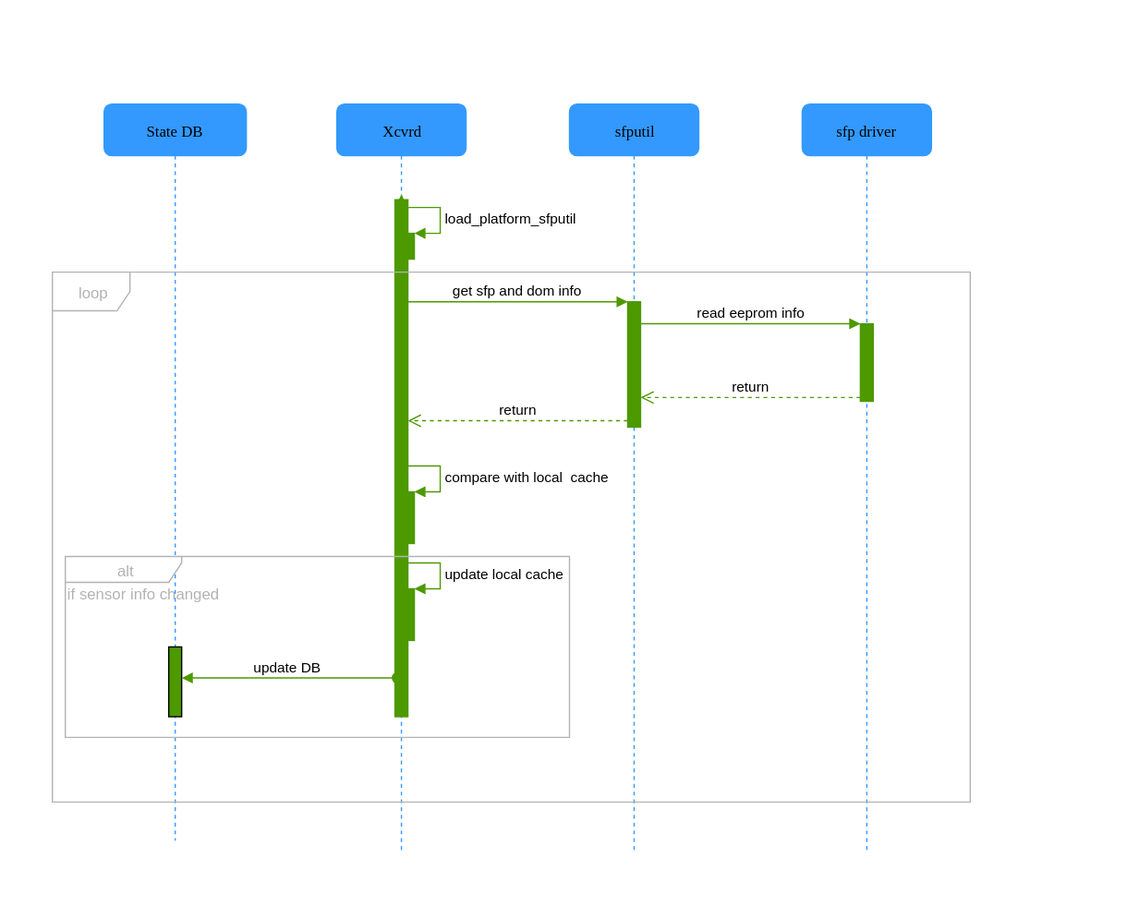
Above: images/transceiver_monitoring_hld/xcvrd_flow.svg in sonic-net/SONiC (draw.io), before the change. Source tidied: cells renumbered, new cells last; positions are measured from the earlier drawing's top-left corner, leaving out a move shared by most shapes.
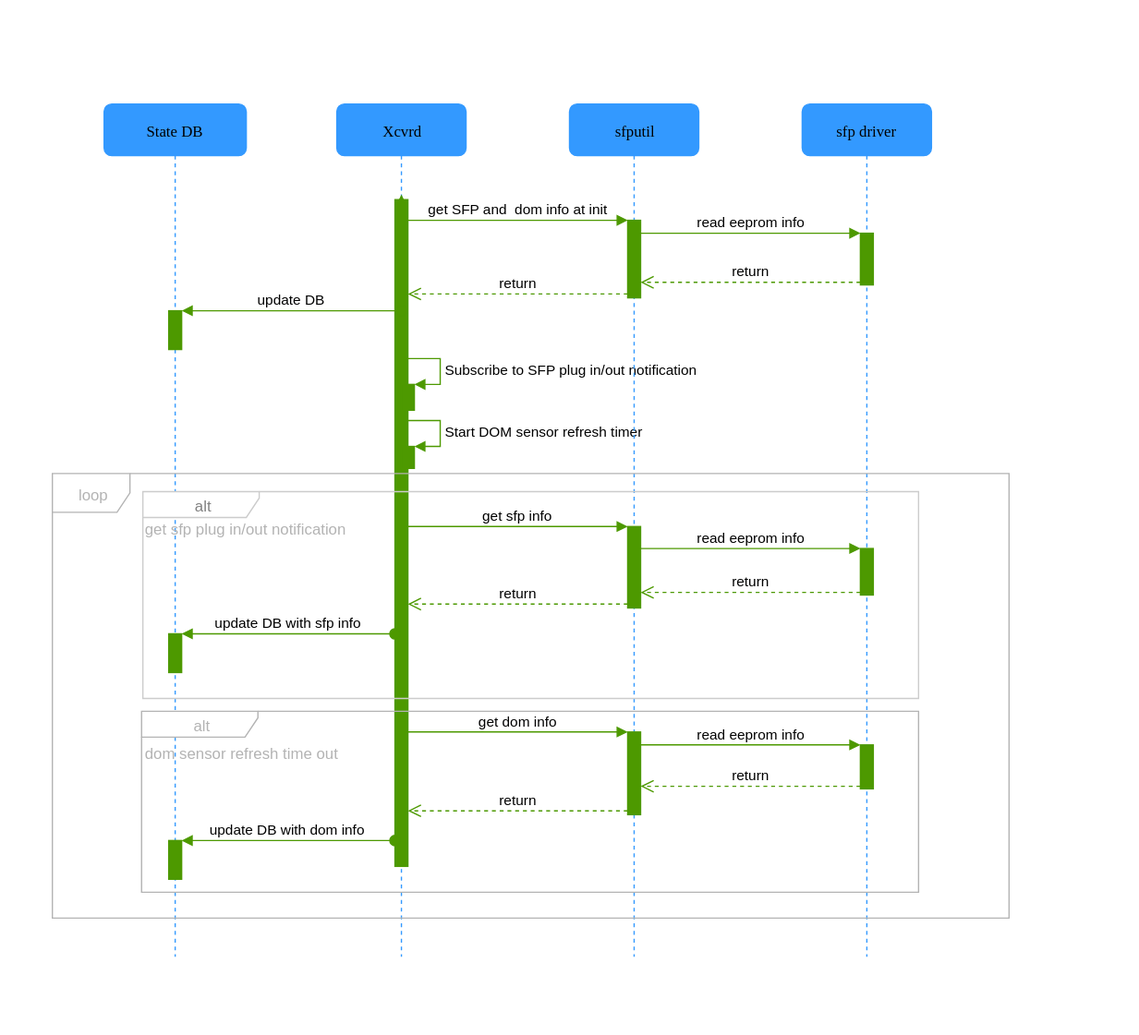
The same file after the commit.

Diff of the diagram source:
```diff
@@ -3,7 +3,7 @@
     <mxCell id="0" />
     <mxCell id="1" parent="0" />
     <mxCell id="2" value="Xcvrd" style="shape=umlLifeline;perimeter=lifelinePerimeter;whiteSpace=wrap;html=1;rounded=1;shadow=0;comic=0;labelBackgroundColor=none;strokeColor=#3399FF;strokeWidth=1;fillColor=#3399FF;fontFamily=Verdana;fontSize=12;fontColor=#000000;align=center;" parent="1" vertex="1">
-      <mxGeometry x="260" y="80" width="100" height="580" as="geometry" />
+      <mxGeometry x="260" y="80" width="100" height="660" as="geometry" />
     </mxCell>
     <mxCell id="3" style="edgeStyle=orthogonalEdgeStyle;rounded=0;html=1;jettySize=auto;strokeColor=#4D9900;fontColor=#000000;" parent="2" edge="1" source="4">
       <mxGeometry relative="1" as="geometry">
@@ -15,53 +15,61 @@
       </mxGeometry>
     </mxCell>
     <mxCell id="4" style="html=1;points=[];perimeter=orthogonalPerimeter;rounded=0;shadow=0;comic=0;labelBackgroundColor=none;strokeColor=#4D9900;strokeWidth=1;fillColor=#4D9900;fontFamily=Verdana;fontSize=12;fontColor=#000000;align=center;" parent="2" vertex="1">
-      <mxGeometry x="45" y="74" width="10" height="400" as="geometry" />
+      <mxGeometry x="45" y="74" width="10" height="516" as="geometry" />
     </mxCell>
     <mxCell id="5" style="html=1;points=[];perimeter=orthogonalPerimeter;fillColor=#4D9900;strokeColor=#4D9900;" parent="2" vertex="1">
-      <mxGeometry x="50" y="100" width="10" height="20" as="geometry" />
+      <mxGeometry x="50" y="217" width="10" height="20" as="geometry" />
     </mxCell>
-    <mxCell id="6" value="load_platform_sfputil" style="edgeStyle=orthogonalEdgeStyle;html=1;align=left;spacingLeft=2;endArrow=block;rounded=0;entryX=1;entryY=0;strokeColor=#4D9900;" parent="2" edge="1" target="5">
+    <mxCell id="6" value="Subscribe to SFP plug in/out notification" style="edgeStyle=orthogonalEdgeStyle;html=1;align=left;spacingLeft=2;endArrow=block;rounded=0;entryX=1;entryY=0;strokeColor=#4D9900;" parent="2" edge="1" target="5">
       <mxGeometry relative="1" as="geometry">
-        <mxPoint x="55" y="80" as="sourcePoint" />
+        <mxPoint x="55" y="197" as="sourcePoint" />
         <Array as="points">
-          <mxPoint x="80" y="80" />
+          <mxPoint x="80" y="197" />
         </Array>
       </mxGeometry>
     </mxCell>
-    <mxCell id="7" style="html=1;points=[];perimeter=orthogonalPerimeter;fillColor=#4D9900;strokeColor=#4D9900;" parent="2" vertex="1">
-      <mxGeometry x="50" y="300" width="10" height="40" as="geometry" />
-    </mxCell>
-    <mxCell id="8" value="compare with local&amp;nbsp; cache&lt;br&gt;" style="edgeStyle=orthogonalEdgeStyle;html=1;align=left;spacingLeft=2;endArrow=block;rounded=0;entryX=1;entryY=0;strokeColor=#4D9900;" parent="2" edge="1" target="7">
-      <mxGeometry relative="1" as="geometry">
-        <mxPoint x="55" y="280" as="sourcePoint" />
-        <Array as="points">
-          <mxPoint x="80" y="280" />
-        </Array>
-      </mxGeometry>
-    </mxCell>
+    <mxCell id="27" style="html=1;points=[];perimeter=orthogonalPerimeter;strokeColor=#4D9900;fillColor=#4D9900;gradientColor=none;fontColor=#000000;" parent="2" vertex="1">
+      <mxGeometry x="50" y="265" width="10" height="17" as="geometry" />
+    </mxCell>
+    <mxCell id="28" value="Start DOM sensor refresh timer" style="edgeStyle=orthogonalEdgeStyle;html=1;align=left;spacingLeft=2;endArrow=block;rounded=0;entryX=1;entryY=0;strokeColor=#4D9900;fontColor=#000000;" parent="2" edge="1" target="27">
+      <mxGeometry relative="1" as="geometry">
+        <mxPoint x="55" y="245" as="sourcePoint" />
+        <Array as="points">
+          <mxPoint x="80" y="245" />
+        </Array>
+      </mxGeometry>
+    </mxCell>
     <mxCell id="9" value="sfputil" style="shape=umlLifeline;perimeter=lifelinePerimeter;whiteSpace=wrap;html=1;rounded=1;shadow=0;comic=0;labelBackgroundColor=none;strokeColor=#3399FF;strokeWidth=1;fillColor=#3399FF;fontFamily=Verdana;fontSize=12;fontColor=#000000;align=center;" parent="1" vertex="1">
-      <mxGeometry x="440" y="80" width="100" height="580" as="geometry" />
+      <mxGeometry x="440" y="80" width="100" height="660" as="geometry" />
     </mxCell>
     <mxCell id="10" style="html=1;points=[];perimeter=orthogonalPerimeter;fillColor=#4D9900;strokeColor=#4D9900;" parent="9" vertex="1">
-      <mxGeometry x="45" y="153" width="10" height="97" as="geometry" />
+      <mxGeometry x="45" y="327" width="10" height="63" as="geometry" />
     </mxCell>
+    <mxCell id="29" style="html=1;points=[];perimeter=orthogonalPerimeter;strokeColor=#4D9900;fillColor=#4D9900;gradientColor=none;fontColor=#000000;" parent="9" vertex="1">
+      <mxGeometry x="45" y="90" width="10" height="60" as="geometry" />
+    </mxCell>
     <mxCell id="11" value="sfp driver" style="shape=umlLifeline;perimeter=lifelinePerimeter;whiteSpace=wrap;html=1;rounded=1;shadow=0;comic=0;labelBackgroundColor=none;strokeColor=#3399FF;strokeWidth=1;fillColor=#3399FF;fontFamily=Verdana;fontSize=12;fontColor=#000000;align=center;" parent="1" vertex="1">
-      <mxGeometry x="620" y="80" width="100" height="580" as="geometry" />
+      <mxGeometry x="620" y="80" width="100" height="660" as="geometry" />
     </mxCell>
     <mxCell id="12" style="html=1;points=[];perimeter=orthogonalPerimeter;fillColor=#4D9900;strokeColor=#4D9900;" parent="11" vertex="1">
-      <mxGeometry x="45" y="170" width="10" height="60" as="geometry" />
+      <mxGeometry x="45" y="344" width="10" height="36" as="geometry" />
     </mxCell>
+    <mxCell id="30" style="html=1;points=[];perimeter=orthogonalPerimeter;strokeColor=#4D9900;fillColor=#4D9900;gradientColor=none;fontColor=#000000;" parent="11" vertex="1">
+      <mxGeometry x="45" y="100" width="10" height="40" as="geometry" />
+    </mxCell>
     <mxCell id="13" value="State DB" style="shape=umlLifeline;perimeter=lifelinePerimeter;whiteSpace=wrap;html=1;rounded=1;shadow=0;comic=0;labelBackgroundColor=none;strokeColor=#3399FF;strokeWidth=1;fillColor=#3399FF;fontFamily=Verdana;fontSize=12;fontColor=#000000;align=center;" parent="1" vertex="1">
-      <mxGeometry x="80" y="80" width="110" height="570" as="geometry" />
+      <mxGeometry x="80" y="80" width="110" height="660" as="geometry" />
     </mxCell>
-    <mxCell id="14" style="html=1;points=[];perimeter=orthogonalPerimeter;fillColor=#4D9900;" parent="13" vertex="1">
-      <mxGeometry x="50" y="420" width="10" height="54" as="geometry" />
-    </mxCell>
-    <mxCell id="15" value="if sensor info changed&amp;nbsp;" style="text;html=1;align=left;verticalAlign=top;spacingTop=-4;fontColor=#B3B3B3;" parent="13" vertex="1">
-      <mxGeometry x="-30" y="370" width="140" height="20" as="geometry" />
-    </mxCell>
+    <mxCell id="31" style="html=1;points=[];perimeter=orthogonalPerimeter;strokeColor=#4D9900;fillColor=#4D9900;gradientColor=none;fontColor=#000000;" parent="13" vertex="1">
+      <mxGeometry x="50" y="160" width="10" height="30" as="geometry" />
+    </mxCell>
+    <mxCell id="32" style="html=1;points=[];perimeter=orthogonalPerimeter;strokeColor=#4D9900;fillColor=#4D9900;gradientColor=none;fontColor=#000000;" parent="13" vertex="1">
+      <mxGeometry x="50" y="570" width="10" height="30" as="geometry" />
+    </mxCell>
-    <mxCell id="16" value="get sfp and dom info" style="html=1;verticalAlign=bottom;endArrow=block;entryX=0;entryY=0;strokeColor=#4D9900;" parent="1" edge="1" source="4" target="10">
-      <mxGeometry relative="1" as="geometry" />
+    <mxCell id="16" value="get sfp info" style="html=1;verticalAlign=bottom;endArrow=block;entryX=0;entryY=0;strokeColor=#4D9900;" parent="1" edge="1" target="10">
+      <mxGeometry relative="1" as="geometry">
+        <mxPoint x="315" y="407" as="sourcePoint" />
+      </mxGeometry>
     </mxCell>
     <mxCell id="17" value="return" style="html=1;verticalAlign=bottom;endArrow=open;dashed=1;endSize=8;exitX=0;exitY=0.95;strokeColor=#4D9900;" parent="1" edge="1" source="10" target="4">
       <mxGeometry relative="1" as="geometry" />
@@ -69,34 +77,75 @@
     <mxCell id="18" value="read eeprom info" style="html=1;verticalAlign=bottom;endArrow=block;entryX=0;entryY=0;strokeColor=#4D9900;" parent="1" edge="1" source="10" target="12">
       <mxGeometry relative="1" as="geometry" />
     </mxCell>
-    <mxCell id="19" value="return" style="html=1;verticalAlign=bottom;endArrow=open;dashed=1;endSize=8;exitX=0;exitY=0.95;entryX=1;entryY=0.763;entryPerimeter=0;strokeColor=#4D9900;" parent="1" edge="1" source="12" target="10">
+    <mxCell id="19" value="return" style="html=1;verticalAlign=bottom;endArrow=open;dashed=1;endSize=8;exitX=0;exitY=0.95;strokeColor=#4D9900;" parent="1" edge="1" source="12" target="10">
       <mxGeometry relative="1" as="geometry" />
     </mxCell>
-    <mxCell id="20" value="update DB&amp;nbsp;" style="html=1;verticalAlign=bottom;startArrow=oval;endArrow=block;startSize=8;strokeColor=#4D9900;exitX=0.2;exitY=0.925;exitPerimeter=0;" parent="1" edge="1" source="4" target="14">
-      <mxGeometry relative="1" as="geometry" />
-    </mxCell>
     <mxCell id="21" value="loop" style="shape=umlFrame;whiteSpace=wrap;html=1;strokeColor=#B3B3B3;fillColor=#FFFFFF;fontColor=#B3B3B3;" parent="1" vertex="1">
-      <mxGeometry x="40" y="210" width="710" height="410" as="geometry" />
+      <mxGeometry x="40" y="366" width="740" height="344" as="geometry" />
     </mxCell>
     <mxCell id="22" value="alt" style="shape=umlFrame;whiteSpace=wrap;html=1;strokeColor=#B3B3B3;fillColor=#FFFFFF;width=90;height=20;gradientColor=none;swimlaneFillColor=none;fontColor=#B3B3B3;" parent="1" vertex="1">
-      <mxGeometry x="50" y="430" width="390" height="140" as="geometry" />
+      <mxGeometry x="109" y="550" width="601" height="140" as="geometry" />
     </mxCell>
     <mxCell id="23" style="whiteSpace=wrap;html=1;strokeColor=#FFFFFF;fillColor=none;gradientColor=none;fontColor=#B3B3B3;" parent="1" vertex="1">
       <mxGeometry width="80" height="80" as="geometry" />
     </mxCell>
     <mxCell id="24" style="whiteSpace=wrap;html=1;strokeColor=#FFFFFF;fillColor=none;gradientColor=none;fontColor=#B3B3B3;" parent="1" vertex="1">
-      <mxGeometry x="800" y="630" width="80" height="80" as="geometry" />
+      <mxGeometry x="800" y="720" width="80" height="80" as="geometry" />
     </mxCell>
-    <mxCell id="25" style="html=1;points=[];perimeter=orthogonalPerimeter;strokeColor=#4D9900;fillColor=#4D9900;gradientColor=none;fontColor=#B3B3B3;" parent="1" vertex="1">
-      <mxGeometry x="310" y="455" width="10" height="40" as="geometry" />
-    </mxCell>
-    <mxCell id="26" value="update local cache" style="edgeStyle=orthogonalEdgeStyle;html=1;align=left;spacingLeft=2;endArrow=block;rounded=0;entryX=1;entryY=0;strokeColor=#4D9900;fontColor=#000000;" parent="1" edge="1" target="25">
-      <mxGeometry relative="1" as="geometry">
-        <mxPoint x="315" y="435" as="sourcePoint" />
-        <Array as="points">
-          <mxPoint x="340" y="435" />
-        </Array>
-      </mxGeometry>
-    </mxCell>
+    <mxCell id="33" value="get SFP and&amp;nbsp; dom info at init" style="html=1;verticalAlign=bottom;endArrow=block;entryX=0;entryY=0;strokeColor=#4D9900;fontColor=#000000;" parent="1" edge="1" source="4" target="29">
+      <mxGeometry relative="1" as="geometry" />
+    </mxCell>
+    <mxCell id="34" value="return" style="html=1;verticalAlign=bottom;endArrow=open;dashed=1;endSize=8;exitX=0;exitY=0.95;strokeColor=#4D9900;fontColor=#000000;" parent="1" edge="1" source="29" target="4">
+      <mxGeometry relative="1" as="geometry" />
+    </mxCell>
+    <mxCell id="35" value="read eeprom info" style="html=1;verticalAlign=bottom;endArrow=block;entryX=0;entryY=0;strokeColor=#4D9900;fontColor=#000000;" parent="1" edge="1" target="30">
+      <mxGeometry relative="1" as="geometry">
+        <mxPoint x="495" y="180" as="sourcePoint" />
+      </mxGeometry>
+    </mxCell>
+    <mxCell id="36" value="return" style="html=1;verticalAlign=bottom;endArrow=open;dashed=1;endSize=8;exitX=0;exitY=0.95;strokeColor=#4D9900;fontColor=#000000;" parent="1" edge="1" source="30" target="29">
+      <mxGeometry relative="1" as="geometry" />
+    </mxCell>
+    <mxCell id="37" value="&lt;font color=&quot;#808080&quot;&gt;alt&lt;/font&gt;" style="shape=umlFrame;whiteSpace=wrap;html=1;strokeColor=#CCCCCC;fillColor=#FFFFFF;gradientColor=none;fontColor=#000000;width=90;height=20;" parent="1" vertex="1">
+      <mxGeometry x="110" y="380" width="600" height="160" as="geometry" />
+    </mxCell>
+    <mxCell id="38" style="html=1;points=[];perimeter=orthogonalPerimeter;strokeColor=#4D9900;fillColor=#4D9900;gradientColor=none;fontColor=#000000;" parent="1" vertex="1">
+      <mxGeometry x="130" y="490" width="10" height="30" as="geometry" />
+    </mxCell>
+    <mxCell id="39" value="update DB with sfp info" style="html=1;verticalAlign=bottom;startArrow=oval;endArrow=block;startSize=8;strokeColor=#4D9900;fontColor=#000000;" parent="1" edge="1" source="4" target="38">
+      <mxGeometry relative="1" as="geometry" />
+    </mxCell>
+    <mxCell id="40" value="get sfp plug in/out notification" style="text;html=1;align=left;verticalAlign=top;spacingTop=-4;fontColor=#B3B3B3;" parent="1" vertex="1">
+      <mxGeometry x="110" y="400" width="170" height="20" as="geometry" />
+    </mxCell>
+    <mxCell id="20" value="update DB" style="html=1;verticalAlign=bottom;startArrow=oval;endArrow=block;startSize=8;strokeColor=#4D9900;fontColor=#000000;exitX=0.5;exitY=0.186;exitPerimeter=0;" parent="1" edge="1" target="31">
+      <mxGeometry relative="1" as="geometry">
+        <mxPoint x="310" y="240" as="sourcePoint" />
+      </mxGeometry>
+    </mxCell>
+    <mxCell id="41" style="html=1;points=[];perimeter=orthogonalPerimeter;strokeColor=#4D9900;fillColor=#4D9900;gradientColor=none;fontColor=#000000;" parent="1" vertex="1">
+      <mxGeometry x="485" y="566" width="10" height="64" as="geometry" />
+    </mxCell>
+    <mxCell id="42" value="get dom info" style="html=1;verticalAlign=bottom;endArrow=block;entryX=0;entryY=0;strokeColor=#4D9900;fontColor=#000000;" parent="1" edge="1" source="4" target="41">
+      <mxGeometry relative="1" as="geometry" />
+    </mxCell>
+    <mxCell id="43" value="return" style="html=1;verticalAlign=bottom;endArrow=open;dashed=1;endSize=8;exitX=0;exitY=0.95;strokeColor=#4D9900;fontColor=#000000;" parent="1" edge="1" source="41" target="4">
+      <mxGeometry relative="1" as="geometry" />
+    </mxCell>
+    <mxCell id="44" style="html=1;points=[];perimeter=orthogonalPerimeter;strokeColor=#4D9900;fillColor=#4D9900;gradientColor=none;fontColor=#000000;" parent="1" vertex="1">
+      <mxGeometry x="665" y="576" width="10" height="34" as="geometry" />
+    </mxCell>
+    <mxCell id="45" value="read eeprom info" style="html=1;verticalAlign=bottom;endArrow=block;entryX=0;entryY=0;strokeColor=#4D9900;fontColor=#000000;" parent="1" edge="1" source="41" target="44">
+      <mxGeometry relative="1" as="geometry" />
+    </mxCell>
+    <mxCell id="46" value="return" style="html=1;verticalAlign=bottom;endArrow=open;dashed=1;endSize=8;exitX=0;exitY=0.95;strokeColor=#4D9900;fontColor=#000000;" parent="1" edge="1" source="44" target="41">
+      <mxGeometry relative="1" as="geometry" />
+    </mxCell>
+    <mxCell id="47" value="update DB with dom info" style="html=1;verticalAlign=bottom;startArrow=oval;endArrow=block;startSize=8;strokeColor=#4D9900;fontColor=#000000;" parent="1" edge="1" source="4" target="32">
+      <mxGeometry relative="1" as="geometry" />
+    </mxCell>
+    <mxCell id="15" value="dom sensor refresh time out" style="text;html=1;align=left;verticalAlign=top;spacingTop=-4;fontColor=#B3B3B3;" parent="1" vertex="1">
+      <mxGeometry x="110" y="573" width="160" height="20" as="geometry" />
+    </mxCell>
   </root>
 </mxGraphModel>
```
